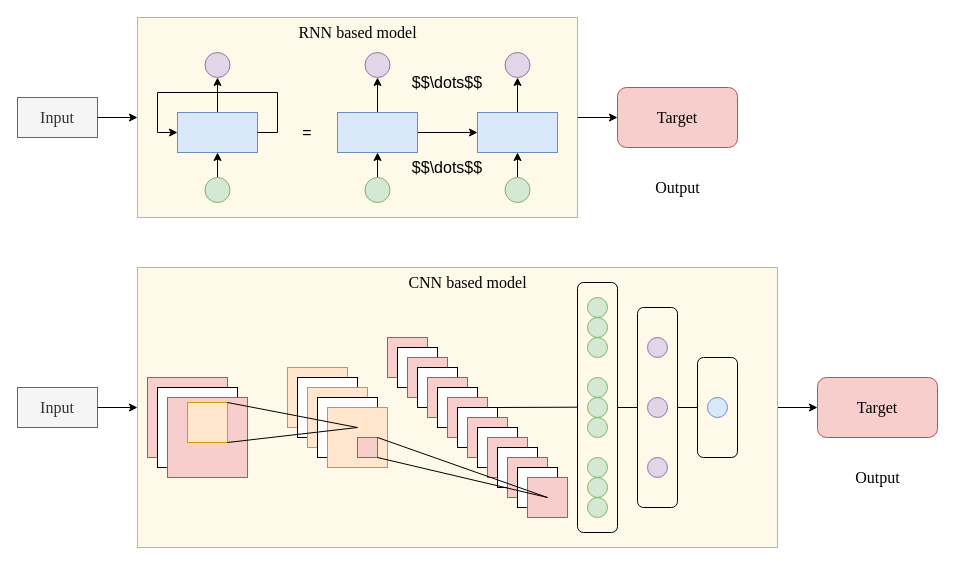
Earlier version of the draw.io diagram draw/CNN示意图.drawio (zhiyuan5986/draw_io). Source tidied: cells renumbered, new cells numbered last; positions are measured from the earlier drawing's top-left corner, leaving out a move shared by most shapes. Both pictures are drawn from the tidied source at 100%, with x=0, y=0 at pixel (17, 17).
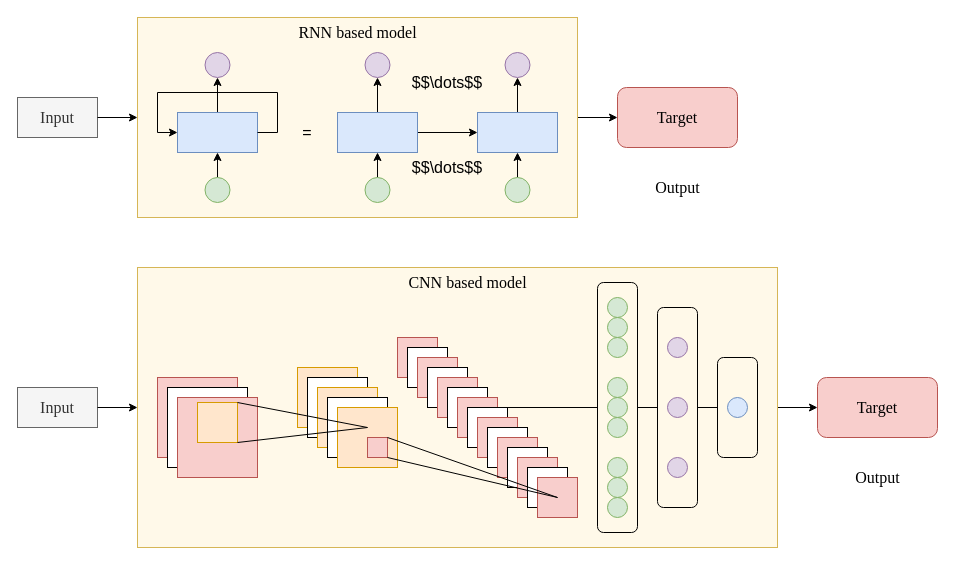
The same page after the edit.

Commit message (it also covers changes not shown here):
更新CNN示意图.drawio

Change to the diagram source:
```diff
@@
     <mxCell id="36" style="rounded=0;whiteSpace=wrap;html=1;fillColor=#f8cecc;strokeColor=#b85450;" parent="1" vertex="1">
-      <mxGeometry x="130" y="360" width="80" height="80" as="geometry" />
+      <mxGeometry x="140" y="360" width="80" height="80" as="geometry" />
     </mxCell>
     <mxCell id="37" style="rounded=0;whiteSpace=wrap;html=1;" parent="1" vertex="1">
-      <mxGeometry x="140" y="370" width="80" height="80" as="geometry" />
+      <mxGeometry x="150" y="370" width="80" height="80" as="geometry" />
     </mxCell>
     <mxCell id="38" style="rounded=0;whiteSpace=wrap;html=1;fillColor=#f8cecc;strokeColor=#b85450;" parent="1" vertex="1">
-      <mxGeometry x="150" y="380" width="80" height="80" as="geometry" />
+      <mxGeometry x="160" y="380" width="80" height="80" as="geometry" />
     </mxCell>
     <mxCell id="39" style="rounded=0;whiteSpace=wrap;html=1;fillColor=#ffe6cc;strokeColor=#d79b00;" parent="1" vertex="1">
-      <mxGeometry x="270" y="350" width="60" height="60" as="geometry" />
+      <mxGeometry x="280" y="350" width="60" height="60" as="geometry" />
     </mxCell>
     <mxCell id="40" style="rounded=0;whiteSpace=wrap;html=1;" parent="1" vertex="1">
-      <mxGeometry x="280" y="360" width="60" height="60" as="geometry" />
+      <mxGeometry x="290" y="360" width="60" height="60" as="geometry" />
     </mxCell>
     <mxCell id="41" style="rounded=0;whiteSpace=wrap;html=1;fillColor=#ffe6cc;strokeColor=#d79b00;" parent="1" vertex="1">
-      <mxGeometry x="290" y="370" width="60" height="60" as="geometry" />
+      <mxGeometry x="300" y="370" width="60" height="60" as="geometry" />
     </mxCell>
     <mxCell id="42" style="rounded=0;whiteSpace=wrap;html=1;" parent="1" vertex="1">
-      <mxGeometry x="300" y="380" width="60" height="60" as="geometry" />
+      <mxGeometry x="310" y="380" width="60" height="60" as="geometry" />
     </mxCell>
     <mxCell id="43" style="rounded=0;whiteSpace=wrap;html=1;fillColor=#ffe6cc;strokeColor=#d79b00;" parent="1" vertex="1">
-      <mxGeometry x="310" y="390" width="60" height="60" as="geometry" />
+      <mxGeometry x="320" y="390" width="60" height="60" as="geometry" />
     </mxCell>
     <mxCell id="44" style="rounded=0;whiteSpace=wrap;html=1;fillColor=#f8cecc;strokeColor=#b85450;" parent="1" vertex="1">
-      <mxGeometry x="370" y="320" width="40" height="40" as="geometry" />
+      <mxGeometry x="380" y="320" width="40" height="40" as="geometry" />
     </mxCell>
     <mxCell id="45" style="rounded=0;whiteSpace=wrap;html=1;" parent="1" vertex="1">
-      <mxGeometry x="380" y="330" width="40" height="40" as="geometry" />
+      <mxGeometry x="390" y="330" width="40" height="40" as="geometry" />
     </mxCell>
     <mxCell id="46" style="rounded=0;whiteSpace=wrap;html=1;fillColor=#f8cecc;strokeColor=#b85450;" parent="1" vertex="1">
-      <mxGeometry x="390" y="340" width="40" height="40" as="geometry" />
+      <mxGeometry x="400" y="340" width="40" height="40" as="geometry" />
     </mxCell>
     <mxCell id="47" style="rounded=0;whiteSpace=wrap;html=1;" parent="1" vertex="1">
-      <mxGeometry x="400" y="350" width="40" height="40" as="geometry" />
+      <mxGeometry x="410" y="350" width="40" height="40" as="geometry" />
     </mxCell>
     <mxCell id="48" style="rounded=0;whiteSpace=wrap;html=1;fillColor=#f8cecc;strokeColor=#b85450;" parent="1" vertex="1">
-      <mxGeometry x="390" y="340" width="40" height="40" as="geometry" />
+      <mxGeometry x="400" y="340" width="40" height="40" as="geometry" />
     </mxCell>
     <mxCell id="49" style="rounded=0;whiteSpace=wrap;html=1;" parent="1" vertex="1">
-      <mxGeometry x="400" y="350" width="40" height="40" as="geometry" />
+      <mxGeometry x="410" y="350" width="40" height="40" as="geometry" />
     </mxCell>
     <mxCell id="50" style="rounded=0;whiteSpace=wrap;html=1;fillColor=#f8cecc;strokeColor=#b85450;" parent="1" vertex="1">
-      <mxGeometry x="410" y="360" width="40" height="40" as="geometry" />
+      <mxGeometry x="420" y="360" width="40" height="40" as="geometry" />
     </mxCell>
     <mxCell id="51" style="rounded=0;whiteSpace=wrap;html=1;" parent="1" vertex="1">
-      <mxGeometry x="420" y="370" width="40" height="40" as="geometry" />
+      <mxGeometry x="430" y="370" width="40" height="40" as="geometry" />
     </mxCell>
     <mxCell id="52" style="rounded=0;whiteSpace=wrap;html=1;fillColor=#f8cecc;strokeColor=#b85450;" parent="1" vertex="1">
-      <mxGeometry x="430" y="380" width="40" height="40" as="geometry" />
+      <mxGeometry x="440" y="380" width="40" height="40" as="geometry" />
     </mxCell>
     <mxCell id="53" style="rounded=0;whiteSpace=wrap;html=1;" parent="1" vertex="1">
-      <mxGeometry x="440" y="390" width="40" height="40" as="geometry" />
+      <mxGeometry x="450" y="390" width="40" height="40" as="geometry" />
     </mxCell>
     <mxCell id="54" style="rounded=0;whiteSpace=wrap;html=1;fillColor=#f8cecc;strokeColor=#b85450;" parent="1" vertex="1">
-      <mxGeometry x="450" y="400" width="40" height="40" as="geometry" />
+      <mxGeometry x="460" y="400" width="40" height="40" as="geometry" />
     </mxCell>
     <mxCell id="55" style="rounded=0;whiteSpace=wrap;html=1;" parent="1" vertex="1">
-      <mxGeometry x="460" y="410" width="40" height="40" as="geometry" />
+      <mxGeometry x="470" y="410" width="40" height="40" as="geometry" />
     </mxCell>
     <mxCell id="56" style="rounded=0;whiteSpace=wrap;html=1;fillColor=#f8cecc;strokeColor=#b85450;" parent="1" vertex="1">
-      <mxGeometry x="470" y="420" width="40" height="40" as="geometry" />
+      <mxGeometry x="480" y="420" width="40" height="40" as="geometry" />
     </mxCell>
     <mxCell id="57" style="rounded=0;whiteSpace=wrap;html=1;" parent="1" vertex="1">
-      <mxGeometry x="480" y="430" width="40" height="40" as="geometry" />
+      <mxGeometry x="490" y="430" width="40" height="40" as="geometry" />
     </mxCell>
     <mxCell id="58" style="rounded=0;whiteSpace=wrap;html=1;fillColor=#f8cecc;strokeColor=#b85450;" parent="1" vertex="1">
-      <mxGeometry x="490" y="440" width="40" height="40" as="geometry" />
+      <mxGeometry x="500" y="440" width="40" height="40" as="geometry" />
     </mxCell>
     <mxCell id="59" style="rounded=0;whiteSpace=wrap;html=1;" parent="1" vertex="1">
-      <mxGeometry x="500" y="450" width="40" height="40" as="geometry" />
+      <mxGeometry x="510" y="450" width="40" height="40" as="geometry" />
     </mxCell>
     <mxCell id="60" style="rounded=0;whiteSpace=wrap;html=1;fillColor=#f8cecc;strokeColor=#b85450;" parent="1" vertex="1">
-      <mxGeometry x="510" y="460" width="40" height="40" as="geometry" />
+      <mxGeometry x="520" y="460" width="40" height="40" as="geometry" />
     </mxCell>
     <mxCell id="61" style="rounded=0;whiteSpace=wrap;html=1;fillColor=#ffe6cc;strokeColor=#d79b00;" parent="1" vertex="1">
-      <mxGeometry x="170" y="385" width="40" height="40" as="geometry" />
+      <mxGeometry x="180" y="385" width="40" height="40" as="geometry" />
     </mxCell>
     <mxCell id="62" style="endArrow=none;html=1;rounded=0;exitX=1;exitY=0;exitDx=0;exitDy=0;" parent="1" edge="1">
       <mxGeometry relative="1" as="geometry">
-        <mxPoint x="210" y="385" as="sourcePoint" />
-        <mxPoint x="340" y="410" as="targetPoint" />
+        <mxPoint x="220" y="385" as="sourcePoint" />
+        <mxPoint x="350" y="410" as="targetPoint" />
       </mxGeometry>
     </mxCell>
     <mxCell id="63" style="endArrow=none;html=1;rounded=0;exitX=1;exitY=1;exitDx=0;exitDy=0;" parent="1" edge="1" source="61">
       <mxGeometry relative="1" as="geometry">
-        <mxPoint x="340" y="410" as="targetPoint" />
+        <mxPoint x="350" y="410" as="targetPoint" />
       </mxGeometry>
     </mxCell>
     <mxCell id="64" style="rounded=0;whiteSpace=wrap;html=1;fillColor=#f8cecc;strokeColor=#b85450;" parent="1" vertex="1">
-      <mxGeometry x="340" y="420" width="20" height="20" as="geometry" />
+      <mxGeometry x="350" y="420" width="20" height="20" as="geometry" />
     </mxCell>
     <mxCell id="65" style="endArrow=none;html=1;rounded=0;exitX=1;exitY=0;exitDx=0;exitDy=0;" parent="1" edge="1" source="64">
       <mxGeometry relative="1" as="geometry">
-        <mxPoint x="530" y="480" as="targetPoint" />
+        <mxPoint x="540" y="480" as="targetPoint" />
       </mxGeometry>
     </mxCell>
     <mxCell id="66" style="endArrow=none;html=1;rounded=0;exitX=1;exitY=1;exitDx=0;exitDy=0;" parent="1" edge="1" source="64">
       <mxGeometry relative="1" as="geometry">
-        <mxPoint x="530" y="480" as="targetPoint" />
+        <mxPoint x="540" y="480" as="targetPoint" />
       </mxGeometry>
     </mxCell>
     <mxCell id="67" style="rounded=1;whiteSpace=wrap;html=1;fillColor=none;" parent="1" vertex="1">
-      <mxGeometry x="560" y="265" width="40" height="250" as="geometry" />
+      <mxGeometry x="580" y="265" width="40" height="250" as="geometry" />
     </mxCell>
     <mxCell id="68" style="ellipse;whiteSpace=wrap;html=1;fillColor=#d5e8d4;strokeColor=#82b366;" parent="1" vertex="1">
-      <mxGeometry x="570" y="280" width="20" height="20" as="geometry" />
+      <mxGeometry x="590" y="280" width="20" height="20" as="geometry" />
     </mxCell>
     <mxCell id="69" style="ellipse;whiteSpace=wrap;html=1;fillColor=#d5e8d4;strokeColor=#82b366;" parent="1" vertex="1">
-      <mxGeometry x="570" y="300" width="20" height="20" as="geometry" />
+      <mxGeometry x="590" y="300" width="20" height="20" as="geometry" />
     </mxCell>
     <mxCell id="70" style="ellipse;whiteSpace=wrap;html=1;fillColor=#d5e8d4;strokeColor=#82b366;" parent="1" vertex="1">
-      <mxGeometry x="570" y="320" width="20" height="20" as="geometry" />
+      <mxGeometry x="590" y="320" width="20" height="20" as="geometry" />
     </mxCell>
     <mxCell id="71" style="ellipse;whiteSpace=wrap;html=1;fillColor=#d5e8d4;strokeColor=#82b366;" parent="1" vertex="1">
-      <mxGeometry x="570" y="360" width="20" height="20" as="geometry" />
+      <mxGeometry x="590" y="360" width="20" height="20" as="geometry" />
     </mxCell>
     <mxCell id="72" style="ellipse;whiteSpace=wrap;html=1;fillColor=#d5e8d4;strokeColor=#82b366;" parent="1" vertex="1">
-      <mxGeometry x="570" y="380" width="20" height="20" as="geometry" />
+      <mxGeometry x="590" y="380" width="20" height="20" as="geometry" />
     </mxCell>
     <mxCell id="73" style="ellipse;whiteSpace=wrap;html=1;fillColor=#d5e8d4;strokeColor=#82b366;" parent="1" vertex="1">
-      <mxGeometry x="570" y="400" width="20" height="20" as="geometry" />
+      <mxGeometry x="590" y="400" width="20" height="20" as="geometry" />
     </mxCell>
     <mxCell id="74" style="ellipse;whiteSpace=wrap;html=1;fillColor=#d5e8d4;strokeColor=#82b366;" parent="1" vertex="1">
-      <mxGeometry x="570" y="440" width="20" height="20" as="geometry" />
+      <mxGeometry x="590" y="440" width="20" height="20" as="geometry" />
     </mxCell>
     <mxCell id="75" style="ellipse;whiteSpace=wrap;html=1;fillColor=#d5e8d4;strokeColor=#82b366;" parent="1" vertex="1">
-      <mxGeometry x="570" y="460" width="20" height="20" as="geometry" />
+      <mxGeometry x="590" y="460" width="20" height="20" as="geometry" />
     </mxCell>
     <mxCell id="76" style="ellipse;whiteSpace=wrap;html=1;fillColor=#d5e8d4;strokeColor=#82b366;" parent="1" vertex="1">
-      <mxGeometry x="570" y="480" width="20" height="20" as="geometry" />
+      <mxGeometry x="590" y="480" width="20" height="20" as="geometry" />
     </mxCell>
     <mxCell id="77" style="rounded=1;whiteSpace=wrap;html=1;fillColor=none;" parent="1" vertex="1">
-      <mxGeometry x="620" y="290" width="40" height="200" as="geometry" />
+      <mxGeometry x="640" y="290" width="40" height="200" as="geometry" />
     </mxCell>
     <mxCell id="78" style="ellipse;whiteSpace=wrap;html=1;fillColor=#e1d5e7;strokeColor=#9673a6;" parent="1" vertex="1">
-      <mxGeometry x="630" y="320" width="20" height="20" as="geometry" />
+      <mxGeometry x="650" y="320" width="20" height="20" as="geometry" />
     </mxCell>
     <mxCell id="79" style="ellipse;whiteSpace=wrap;html=1;fillColor=#e1d5e7;strokeColor=#9673a6;" parent="1" vertex="1">
-      <mxGeometry x="630" y="380" width="20" height="20" as="geometry" />
+      <mxGeometry x="650" y="380" width="20" height="20" as="geometry" />
     </mxCell>
     <mxCell id="80" style="ellipse;whiteSpace=wrap;html=1;fillColor=#e1d5e7;strokeColor=#9673a6;" parent="1" vertex="1">
-      <mxGeometry x="630" y="440" width="20" height="20" as="geometry" />
+      <mxGeometry x="650" y="440" width="20" height="20" as="geometry" />
     </mxCell>
@@
-    <mxCell id="82" style="endArrow=none;html=1;rounded=0;exitX=1;exitY=0;exitDx=0;exitDy=0;entryX=0;entryY=0.5;entryDx=0;entryDy=0;" parent="1" edge="1" source="53">
-      <mxGeometry relative="1" as="geometry">
-        <mxPoint x="560" y="389.7" as="targetPoint" />
-      </mxGeometry>
+    <mxCell id="82" style="endArrow=none;html=1;rounded=0;exitX=1;exitY=0;exitDx=0;exitDy=0;entryX=0;entryY=0.5;entryDx=0;entryDy=0;" parent="1" edge="1" source="53" target="67">
+      <mxGeometry relative="1" as="geometry" />
     </mxCell>
     <mxCell id="83" style="rounded=1;whiteSpace=wrap;html=1;fillColor=none;" parent="1" vertex="1">
-      <mxGeometry x="680" y="340" width="40" height="100" as="geometry" />
+      <mxGeometry x="700" y="340" width="40" height="100" as="geometry" />
     </mxCell>
     <mxCell id="84" style="ellipse;whiteSpace=wrap;html=1;fillColor=#dae8fc;strokeColor=#6c8ebf;" parent="1" vertex="1">
-      <mxGeometry x="690" y="380" width="20" height="20" as="geometry" />
+      <mxGeometry x="710" y="380" width="20" height="20" as="geometry" />
     </mxCell>
     <mxCell id="85" style="endArrow=none;html=1;rounded=0;exitX=1;exitY=0.5;exitDx=0;exitDy=0;entryX=0;entryY=0.5;entryDx=0;entryDy=0;" parent="1" edge="1">
       <mxGeometry relative="1" as="geometry">
-        <mxPoint x="660" y="390" as="sourcePoint" />
-        <mxPoint x="680" y="390" as="targetPoint" />
+        <mxPoint x="680" y="390" as="sourcePoint" />
+        <mxPoint x="700" y="390" as="targetPoint" />
       </mxGeometry>
     </mxCell>
```
